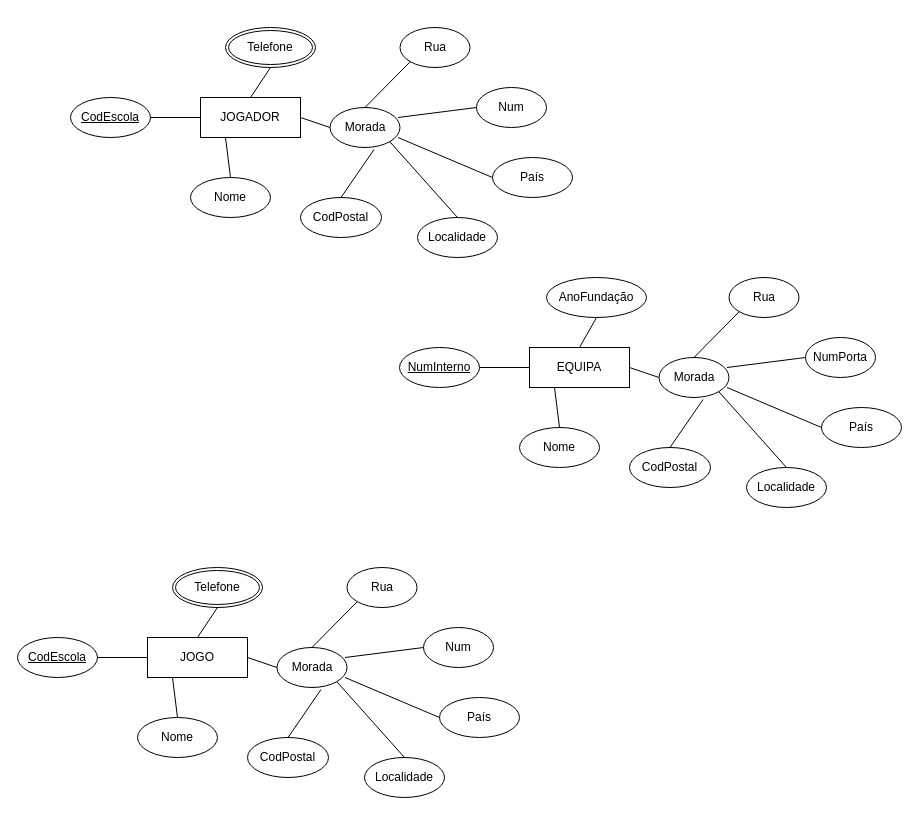
The draw.io diagram DiagramaFutebol.drawio in VascoMatos/diagramas, before the edit. Source tidied: cells renumbered, new cells numbered last; positions are measured from the earlier drawing's top-left corner, leaving out a move shared by most shapes. Both pictures are drawn from the tidied source at 100%, with x=0, y=0 at pixel (17, 27).
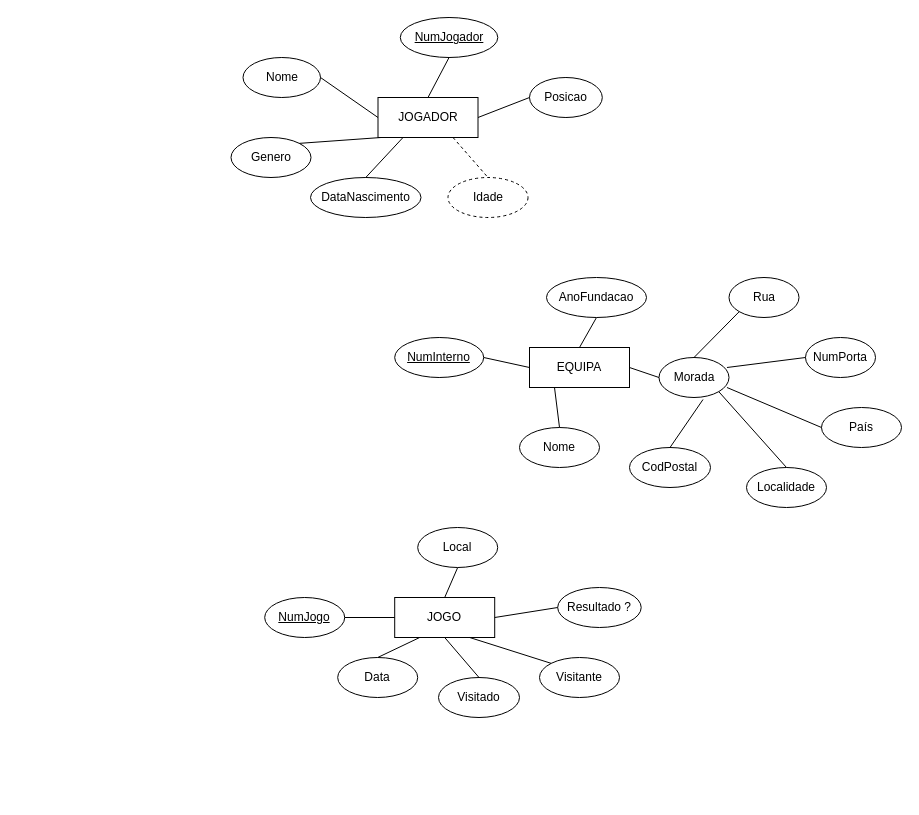
The same page after the edit.

What changed in the source:
```diff
@@
     <mxCell id="3" value="NumInterno" style="ellipse;whiteSpace=wrap;html=1;align=center;fontStyle=4;" parent="1" vertex="1">
-      <mxGeometry x="382" y="320" width="80" height="40" as="geometry" />
+      <mxGeometry x="377.2" y="310" width="89" height="40" as="geometry" />
     </mxCell>
@@
-    <mxCell id="20" value="JOGADOR" style="whiteSpace=wrap;html=1;align=center;" parent="1" vertex="1">
-      <mxGeometry x="183" y="70" width="100" height="40" as="geometry" />
-    </mxCell>
-    <mxCell id="21" value="CodEscola" style="ellipse;whiteSpace=wrap;html=1;align=center;fontStyle=4;" parent="1" vertex="1">
-      <mxGeometry x="53" y="70" width="80" height="40" as="geometry" />
-    </mxCell>
-    <mxCell id="22" value="Nome" style="ellipse;whiteSpace=wrap;html=1;align=center;" parent="1" vertex="1">
-      <mxGeometry x="173" y="150" width="80" height="40" as="geometry" />
-    </mxCell>
-    <mxCell id="23" style="endArrow=none;html=1;rounded=0;exitX=0;exitY=0.5;exitDx=0;exitDy=0;entryX=1;entryY=0.5;entryDx=0;entryDy=0;" parent="1" edge="1" source="20" target="21">
-      <mxGeometry relative="1" as="geometry" />
-    </mxCell>
-    <mxCell id="24" style="endArrow=none;html=1;rounded=0;entryX=0.5;entryY=0;entryDx=0;entryDy=0;exitX=0.25;exitY=1;exitDx=0;exitDy=0;" parent="1" edge="1" source="20" target="22">
-      <mxGeometry relative="1" as="geometry" />
-    </mxCell>
-    <mxCell id="25" value="Morada" style="ellipse;whiteSpace=wrap;html=1;align=center;" parent="1" vertex="1">
-      <mxGeometry x="312.5" y="80" width="70" height="40" as="geometry" />
-    </mxCell>
-    <mxCell id="26" style="endArrow=none;html=1;rounded=0;exitX=0;exitY=0.5;exitDx=0;exitDy=0;entryX=1;entryY=0.5;entryDx=0;entryDy=0;" parent="1" edge="1" source="25" target="20">
-      <mxGeometry relative="1" as="geometry" />
-    </mxCell>
-    <mxCell id="27" value="Telefone" style="ellipse;shape=doubleEllipse;margin=3;whiteSpace=wrap;html=1;align=center;" parent="1" vertex="1">
-      <mxGeometry x="208" width="90" height="40" as="geometry" />
-    </mxCell>
-    <mxCell id="28" style="endArrow=none;html=1;rounded=0;exitX=0.5;exitY=1;exitDx=0;exitDy=0;entryX=0.5;entryY=0;entryDx=0;entryDy=0;" parent="1" edge="1" source="27" target="20">
-      <mxGeometry relative="1" as="geometry" />
-    </mxCell>
-    <mxCell id="29" value="Rua" style="ellipse;whiteSpace=wrap;html=1;align=center;" parent="1" vertex="1">
-      <mxGeometry x="382.5" width="70" height="40" as="geometry" />
-    </mxCell>
-    <mxCell id="30" value="Num" style="ellipse;whiteSpace=wrap;html=1;align=center;" parent="1" vertex="1">
-      <mxGeometry x="459" y="60" width="70" height="40" as="geometry" />
-    </mxCell>
-    <mxCell id="31" value="País" style="ellipse;whiteSpace=wrap;html=1;align=center;" parent="1" vertex="1">
-      <mxGeometry x="475" y="130" width="80" height="40" as="geometry" />
-    </mxCell>
-    <mxCell id="32" value="Localidade" style="ellipse;whiteSpace=wrap;html=1;align=center;" parent="1" vertex="1">
-      <mxGeometry x="400" y="190" width="80" height="40" as="geometry" />
-    </mxCell>
-    <mxCell id="33" value="CodPostal" style="ellipse;whiteSpace=wrap;html=1;align=center;" parent="1" vertex="1">
-      <mxGeometry x="283" y="170" width="81" height="40" as="geometry" />
-    </mxCell>
-    <mxCell id="34" style="endArrow=none;html=1;rounded=0;exitX=0;exitY=1;exitDx=0;exitDy=0;entryX=0.5;entryY=0;entryDx=0;entryDy=0;" parent="1" edge="1" source="29" target="25">
-      <mxGeometry relative="1" as="geometry" />
-    </mxCell>
-    <mxCell id="35" style="endArrow=none;html=1;rounded=0;exitX=0;exitY=0.5;exitDx=0;exitDy=0;entryX=0.971;entryY=0.25;entryDx=0;entryDy=0;entryPerimeter=0;" parent="1" edge="1" source="30" target="25">
-      <mxGeometry relative="1" as="geometry" />
-    </mxCell>
-    <mxCell id="36" style="endArrow=none;html=1;rounded=0;exitX=0;exitY=0.5;exitDx=0;exitDy=0;entryX=0.971;entryY=0.75;entryDx=0;entryDy=0;entryPerimeter=0;" parent="1" edge="1" source="31" target="25">
-      <mxGeometry relative="1" as="geometry" />
-    </mxCell>
-    <mxCell id="37" style="endArrow=none;html=1;rounded=0;exitX=0.5;exitY=0;exitDx=0;exitDy=0;entryX=1;entryY=1;entryDx=0;entryDy=0;" parent="1" edge="1" source="32" target="25">
-      <mxGeometry relative="1" as="geometry" />
-    </mxCell>
-    <mxCell id="38" style="endArrow=none;html=1;rounded=0;exitX=0.5;exitY=0;exitDx=0;exitDy=0;entryX=0.629;entryY=1.05;entryDx=0;entryDy=0;entryPerimeter=0;" parent="1" edge="1" source="33" target="25">
-      <mxGeometry relative="1" as="geometry" />
-    </mxCell>
     <mxCell id="39" value="JOGO" style="whiteSpace=wrap;html=1;align=center;" parent="1" vertex="1">
-      <mxGeometry x="130" y="610" width="100" height="40" as="geometry" />
+      <mxGeometry x="377.2" y="570" width="100" height="40" as="geometry" />
     </mxCell>
-    <mxCell id="40" value="CodEscola" style="ellipse;whiteSpace=wrap;html=1;align=center;fontStyle=4;" parent="1" vertex="1">
-      <mxGeometry y="610" width="80" height="40" as="geometry" />
+    <mxCell id="40" value="NumJogo" style="ellipse;whiteSpace=wrap;html=1;align=center;fontStyle=4;" parent="1" vertex="1">
+      <mxGeometry x="247.2" y="570" width="80" height="40" as="geometry" />
     </mxCell>
-    <mxCell id="41" value="Nome" style="ellipse;whiteSpace=wrap;html=1;align=center;" parent="1" vertex="1">
-      <mxGeometry x="120" y="690" width="80" height="40" as="geometry" />
+    <mxCell id="41" value="Data" style="ellipse;whiteSpace=wrap;html=1;align=center;" parent="1" vertex="1">
+      <mxGeometry x="320.2" y="630" width="80" height="40" as="geometry" />
     </mxCell>
@@
-    <mxCell id="44" value="Morada" style="ellipse;whiteSpace=wrap;html=1;align=center;" parent="1" vertex="1">
-      <mxGeometry x="259.5" y="620" width="70" height="40" as="geometry" />
+    <mxCell id="44" value="Resultado ?" style="ellipse;whiteSpace=wrap;html=1;align=center;" parent="1" vertex="1">
+      <mxGeometry x="540.2" y="560" width="83.5" height="40" as="geometry" />
     </mxCell>
@@
-    <mxCell id="46" value="Telefone" style="ellipse;shape=doubleEllipse;margin=3;whiteSpace=wrap;html=1;align=center;" parent="1" vertex="1">
-      <mxGeometry x="155" y="540" width="90" height="40" as="geometry" />
-    </mxCell>
-    <mxCell id="47" style="endArrow=none;html=1;rounded=0;exitX=0.5;exitY=1;exitDx=0;exitDy=0;entryX=0.5;entryY=0;entryDx=0;entryDy=0;" parent="1" edge="1" source="46" target="39">
+    <mxCell id="47" style="endArrow=none;html=1;rounded=0;exitX=0.5;exitY=1;exitDx=0;exitDy=0;entryX=0.5;entryY=0;entryDx=0;entryDy=0;" parent="1" edge="1" source="70" target="39">
       <mxGeometry relative="1" as="geometry" />
     </mxCell>
-    <mxCell id="48" value="Rua" style="ellipse;whiteSpace=wrap;html=1;align=center;" parent="1" vertex="1">
-      <mxGeometry x="329.5" y="540" width="70" height="40" as="geometry" />
-    </mxCell>
-    <mxCell id="49" value="Num" style="ellipse;whiteSpace=wrap;html=1;align=center;" parent="1" vertex="1">
-      <mxGeometry x="406" y="600" width="70" height="40" as="geometry" />
-    </mxCell>
-    <mxCell id="50" value="País" style="ellipse;whiteSpace=wrap;html=1;align=center;" parent="1" vertex="1">
-      <mxGeometry x="422" y="670" width="80" height="40" as="geometry" />
-    </mxCell>
-    <mxCell id="51" value="Localidade" style="ellipse;whiteSpace=wrap;html=1;align=center;" parent="1" vertex="1">
-      <mxGeometry x="347" y="730" width="80" height="40" as="geometry" />
+    <mxCell id="51" value="Visitante" style="ellipse;whiteSpace=wrap;html=1;align=center;" parent="1" vertex="1">
+      <mxGeometry x="522" y="630" width="80" height="40" as="geometry" />
     </mxCell>
-    <mxCell id="52" value="CodPostal" style="ellipse;whiteSpace=wrap;html=1;align=center;" parent="1" vertex="1">
-      <mxGeometry x="230" y="710" width="81" height="40" as="geometry" />
+    <mxCell id="52" value="Visitado" style="ellipse;whiteSpace=wrap;html=1;align=center;" parent="1" vertex="1">
+      <mxGeometry x="421" y="650" width="81" height="40" as="geometry" />
     </mxCell>
-    <mxCell id="53" style="endArrow=none;html=1;rounded=0;exitX=0;exitY=1;exitDx=0;exitDy=0;entryX=0.5;entryY=0;entryDx=0;entryDy=0;" parent="1" edge="1" source="48" target="44">
-      <mxGeometry relative="1" as="geometry" />
-    </mxCell>
-    <mxCell id="54" style="endArrow=none;html=1;rounded=0;exitX=0;exitY=0.5;exitDx=0;exitDy=0;entryX=0.971;entryY=0.25;entryDx=0;entryDy=0;entryPerimeter=0;" parent="1" edge="1" source="49" target="44">
-      <mxGeometry relative="1" as="geometry" />
-    </mxCell>
-    <mxCell id="55" style="endArrow=none;html=1;rounded=0;exitX=0;exitY=0.5;exitDx=0;exitDy=0;entryX=0.971;entryY=0.75;entryDx=0;entryDy=0;entryPerimeter=0;" parent="1" edge="1" source="50" target="44">
-      <mxGeometry relative="1" as="geometry" />
-    </mxCell>
-    <mxCell id="56" style="endArrow=none;html=1;rounded=0;exitX=0.5;exitY=0;exitDx=0;exitDy=0;entryX=1;entryY=1;entryDx=0;entryDy=0;" parent="1" edge="1" source="51" target="44">
+    <mxCell id="56" style="endArrow=none;html=1;rounded=0;exitX=0;exitY=0;exitDx=0;exitDy=0;entryX=0.75;entryY=1;entryDx=0;entryDy=0;" parent="1" edge="1" source="51" target="39">
       <mxGeometry relative="1" as="geometry" />
     </mxCell>
-    <mxCell id="57" style="endArrow=none;html=1;rounded=0;exitX=0.5;exitY=0;exitDx=0;exitDy=0;entryX=0.629;entryY=1.05;entryDx=0;entryDy=0;entryPerimeter=0;" parent="1" edge="1" source="52" target="44">
+    <mxCell id="57" style="endArrow=none;html=1;rounded=0;exitX=0.5;exitY=0;exitDx=0;exitDy=0;entryX=0.5;entryY=1;entryDx=0;entryDy=0;" parent="1" edge="1" source="52" target="39">
       <mxGeometry relative="1" as="geometry" />
     </mxCell>
-    <mxCell id="58" value="AnoFundação" style="ellipse;whiteSpace=wrap;html=1;align=center;" parent="1" vertex="1">
+    <mxCell id="58" value="AnoFundacao" style="ellipse;whiteSpace=wrap;html=1;align=center;" parent="1" vertex="1">
       <mxGeometry x="529" y="250" width="100" height="40" as="geometry" />
     </mxCell>
+    <mxCell id="20" value="JOGADOR" style="whiteSpace=wrap;html=1;align=center;" parent="1" vertex="1">
+      <mxGeometry x="360.5" y="70" width="100" height="40" as="geometry" />
+    </mxCell>
+    <mxCell id="59" value="NumJogador" style="ellipse;whiteSpace=wrap;html=1;align=center;fontStyle=4;" parent="1" vertex="1">
+      <mxGeometry x="382.8" y="-10" width="97.5" height="40" as="geometry" />
+    </mxCell>
+    <mxCell id="22" value="Nome" style="ellipse;whiteSpace=wrap;html=1;align=center;" parent="1" vertex="1">
+      <mxGeometry x="225.5" y="30" width="77.5" height="40" as="geometry" />
+    </mxCell>
+    <mxCell id="60" value="Genero" style="ellipse;whiteSpace=wrap;html=1;align=center;" parent="1" vertex="1">
+      <mxGeometry x="213.5" y="110" width="80" height="40" as="geometry" />
+    </mxCell>
+    <mxCell id="61" value="DataNascimento" style="ellipse;whiteSpace=wrap;html=1;align=center;" parent="1" vertex="1">
+      <mxGeometry x="293" y="150" width="110.5" height="40" as="geometry" />
+    </mxCell>
+    <mxCell id="62" style="endArrow=none;html=1;rounded=0;exitX=0.5;exitY=0;exitDx=0;exitDy=0;entryX=0.5;entryY=1;entryDx=0;entryDy=0;" parent="1" edge="1" source="20" target="59">
+      <mxGeometry relative="1" as="geometry" />
+    </mxCell>
+    <mxCell id="24" style="endArrow=none;html=1;rounded=0;entryX=1;entryY=0.5;entryDx=0;entryDy=0;exitX=0;exitY=0.5;exitDx=0;exitDy=0;" parent="1" edge="1" source="20" target="22">
+      <mxGeometry relative="1" as="geometry" />
+    </mxCell>
+    <mxCell id="63" style="endArrow=none;html=1;rounded=0;entryX=1;entryY=0;entryDx=0;entryDy=0;" parent="1" edge="1" target="60">
+      <mxGeometry relative="1" as="geometry">
+        <mxPoint x="363.5" y="110" as="sourcePoint" />
+      </mxGeometry>
+    </mxCell>
+    <mxCell id="64" style="endArrow=none;html=1;rounded=0;exitX=0.25;exitY=1;exitDx=0;exitDy=0;entryX=0.5;entryY=0;entryDx=0;entryDy=0;" parent="1" edge="1" source="20" target="61">
+      <mxGeometry relative="1" as="geometry" />
+    </mxCell>
+    <mxCell id="65" value="Idade" style="ellipse;whiteSpace=wrap;html=1;align=center;dashed=1;" parent="1" vertex="1">
+      <mxGeometry x="430.5" y="150" width="80" height="40" as="geometry" />
+    </mxCell>
+    <mxCell id="66" style="endArrow=none;html=1;rounded=0;dashed=1;entryX=0.5;entryY=0;entryDx=0;entryDy=0;exitX=0.75;exitY=1;exitDx=0;exitDy=0;jumpSize=6;" parent="1" edge="1" source="20" target="65">
+      <mxGeometry relative="1" as="geometry">
+        <Array as="points">
+          <mxPoint x="453" y="130" />
+        </Array>
+      </mxGeometry>
+    </mxCell>
+    <mxCell id="67" style="html=1;whiteSpace=wrap;align=right;verticalAlign=bottom;" parent="66" vertex="1">
+      <mxGeometry x="1" relative="1" as="geometry" />
+    </mxCell>
+    <mxCell id="68" value="Posicao" style="ellipse;whiteSpace=wrap;html=1;align=center;" parent="1" vertex="1">
+      <mxGeometry x="512" y="50" width="72.8" height="40" as="geometry" />
+    </mxCell>
+    <mxCell id="69" style="endArrow=none;html=1;rounded=0;exitX=0;exitY=0.5;exitDx=0;exitDy=0;entryX=1;entryY=0.5;entryDx=0;entryDy=0;" parent="1" edge="1" source="68" target="20">
+      <mxGeometry relative="1" as="geometry" />
+    </mxCell>
+    <mxCell id="70" value="Local" style="ellipse;whiteSpace=wrap;html=1;align=center;" parent="1" vertex="1">
+      <mxGeometry x="400.2" y="500" width="80" height="40" as="geometry" />
+    </mxCell>
```
